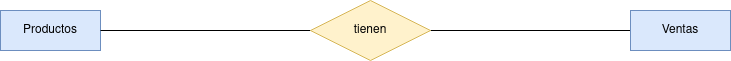
Before: sqltarea4/Diagrama ER Tarea 4 SQLite.drawio.png, a diagram exported from draw.io (RafaelMayor/base-datos). Source tidied: cells renumbered, new cells last; positions are measured from the earlier drawing's top-left corner, leaving out a move shared by most shapes. Source of this version:
```xml
<mxGraphModel>
  <root>
    <mxCell id="0" />
    <mxCell id="1" parent="0" />
    <mxCell id="2" value="Productos" style="whiteSpace=wrap;html=1;align=center;fillColor=#dae8fc;strokeColor=#6c8ebf;" parent="1" vertex="1">
      <mxGeometry y="10" width="100" height="40" as="geometry" />
    </mxCell>
    <mxCell id="3" style="edgeStyle=orthogonalEdgeStyle;rounded=0;jettySize=auto;html=1;entryX=1;entryY=0.5;entryDx=0;entryDy=0;endArrow=none;endFill=0;exitX=0;exitY=0.5;exitDx=0;exitDy=0;" parent="1" edge="1" source="4" target="6">
      <mxGeometry relative="1" as="geometry" />
    </mxCell>
    <mxCell id="4" value="Ventas" style="whiteSpace=wrap;html=1;align=center;fillColor=#dae8fc;strokeColor=#6c8ebf;" parent="1" vertex="1">
      <mxGeometry x="630" y="10" width="100" height="40" as="geometry" />
    </mxCell>
    <mxCell id="5" style="edgeStyle=orthogonalEdgeStyle;rounded=0;jettySize=auto;html=1;entryX=1;entryY=0.5;entryDx=0;entryDy=0;endArrow=none;endFill=0;exitX=0;exitY=0.5;exitDx=0;exitDy=0;" parent="1" edge="1" source="6" target="2">
      <mxGeometry relative="1" as="geometry" />
    </mxCell>
    <mxCell id="6" value="tienen" style="shape=rhombus;perimeter=rhombusPerimeter;whiteSpace=wrap;html=1;align=center;fillColor=#fff2cc;strokeColor=#d6b656;" parent="1" vertex="1">
      <mxGeometry x="310" width="120" height="60" as="geometry" />
    </mxCell>
  </root>
</mxGraphModel>
```
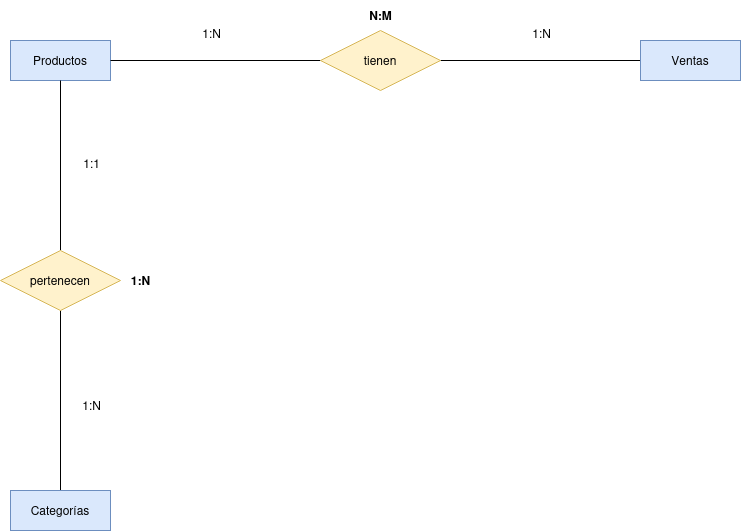
Later version of the same file.

The edit, as a diff of the source:
```diff
@@ -17,5 +17,35 @@
     <mxCell id="6" value="tienen" style="shape=rhombus;perimeter=rhombusPerimeter;whiteSpace=wrap;html=1;align=center;fillColor=#fff2cc;strokeColor=#d6b656;" parent="1" vertex="1">
       <mxGeometry x="310" width="120" height="60" as="geometry" />
     </mxCell>
+    <mxCell id="7" style="edgeStyle=orthogonalEdgeStyle;rounded=0;jettySize=auto;html=1;entryX=0.5;entryY=1;entryDx=0;entryDy=0;endArrow=none;endFill=0;" parent="1" edge="1" source="8" target="10">
+      <mxGeometry relative="1" as="geometry" />
+    </mxCell>
+    <mxCell id="8" value="Categorías" style="whiteSpace=wrap;html=1;align=center;fillColor=#dae8fc;strokeColor=#6c8ebf;" parent="1" vertex="1">
+      <mxGeometry y="460" width="100" height="40" as="geometry" />
+    </mxCell>
+    <mxCell id="9" style="edgeStyle=orthogonalEdgeStyle;rounded=0;jettySize=auto;html=1;entryX=0.5;entryY=1;entryDx=0;entryDy=0;endArrow=none;endFill=0;" parent="1" edge="1" source="10" target="2">
+      <mxGeometry relative="1" as="geometry" />
+    </mxCell>
+    <mxCell id="10" value="pertenecen" style="shape=rhombus;perimeter=rhombusPerimeter;whiteSpace=wrap;html=1;align=center;fillColor=#fff2cc;strokeColor=#d6b656;" parent="1" vertex="1">
+      <mxGeometry x="-10" y="220" width="120" height="60" as="geometry" />
+    </mxCell>
+    <mxCell id="11" value="1:1" style="text;html=1;align=center;verticalAlign=middle;strokeColor=none;fillColor=none;" parent="1" vertex="1">
+      <mxGeometry x="61" y="118" width="40" height="30" as="geometry" />
+    </mxCell>
+    <mxCell id="12" value="1:N" style="text;html=1;align=center;verticalAlign=middle;strokeColor=none;fillColor=none;" parent="1" vertex="1">
+      <mxGeometry x="61" y="360" width="40" height="30" as="geometry" />
+    </mxCell>
+    <mxCell id="13" value="&lt;b&gt;1:N&lt;/b&gt;" style="text;html=1;align=center;verticalAlign=middle;strokeColor=none;fillColor=none;" parent="1" vertex="1">
+      <mxGeometry x="110" y="235" width="40" height="30" as="geometry" />
+    </mxCell>
+    <mxCell id="14" value="1:N" style="text;html=1;align=center;verticalAlign=middle;strokeColor=none;fillColor=none;" parent="1" vertex="1">
+      <mxGeometry x="181" y="-12" width="40" height="30" as="geometry" />
+    </mxCell>
+    <mxCell id="15" value="1:N" style="text;html=1;align=center;verticalAlign=middle;strokeColor=none;fillColor=none;" parent="1" vertex="1">
+      <mxGeometry x="511" y="-12" width="40" height="30" as="geometry" />
+    </mxCell>
+    <mxCell id="16" value="&lt;b&gt;N:M&lt;/b&gt;" style="text;html=1;align=center;verticalAlign=middle;strokeColor=none;fillColor=none;" parent="1" vertex="1">
+      <mxGeometry x="345" y="-30" width="50" height="30" as="geometry" />
+    </mxCell>
   </root>
 </mxGraphModel>
```
